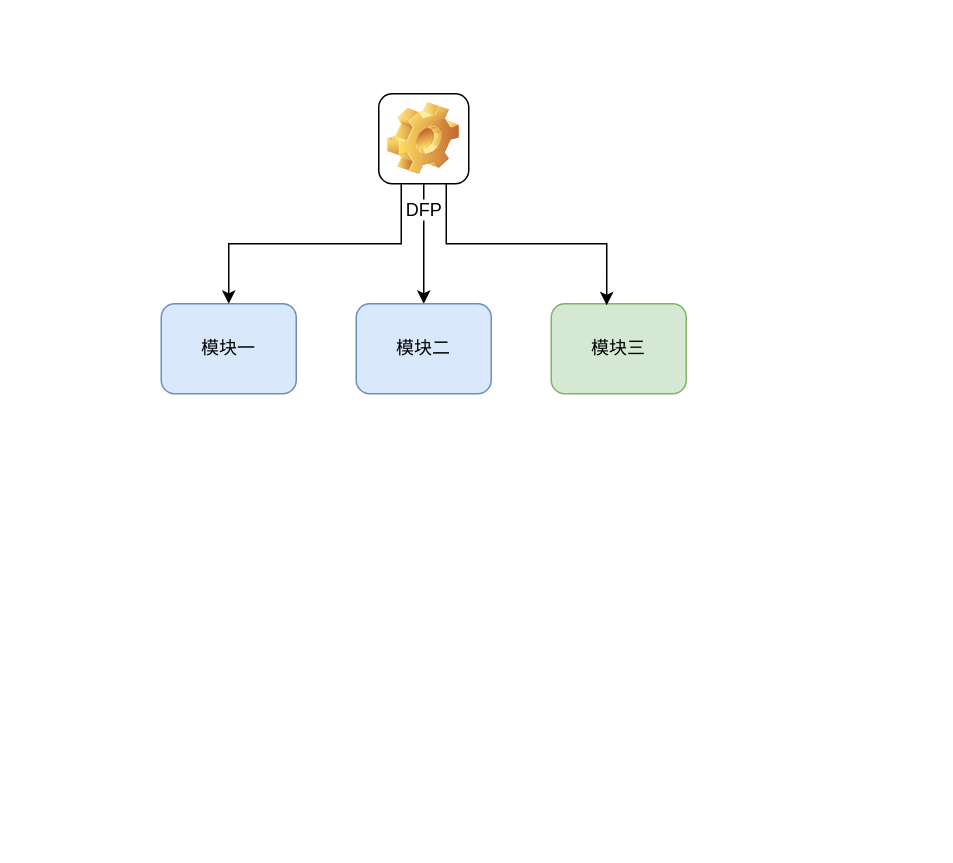
meterXu/drawiofile keeps this draw.io diagram as Untitled Diagram.drawio. Above is the earlier version. Source tidied: cells renumbered, new cells numbered last; positions are measured from the earlier drawing's top-left corner, leaving out a move shared by most shapes. Both pictures are drawn from the tidied source at 150%, with x=0, y=0 at pixel (160, 93).
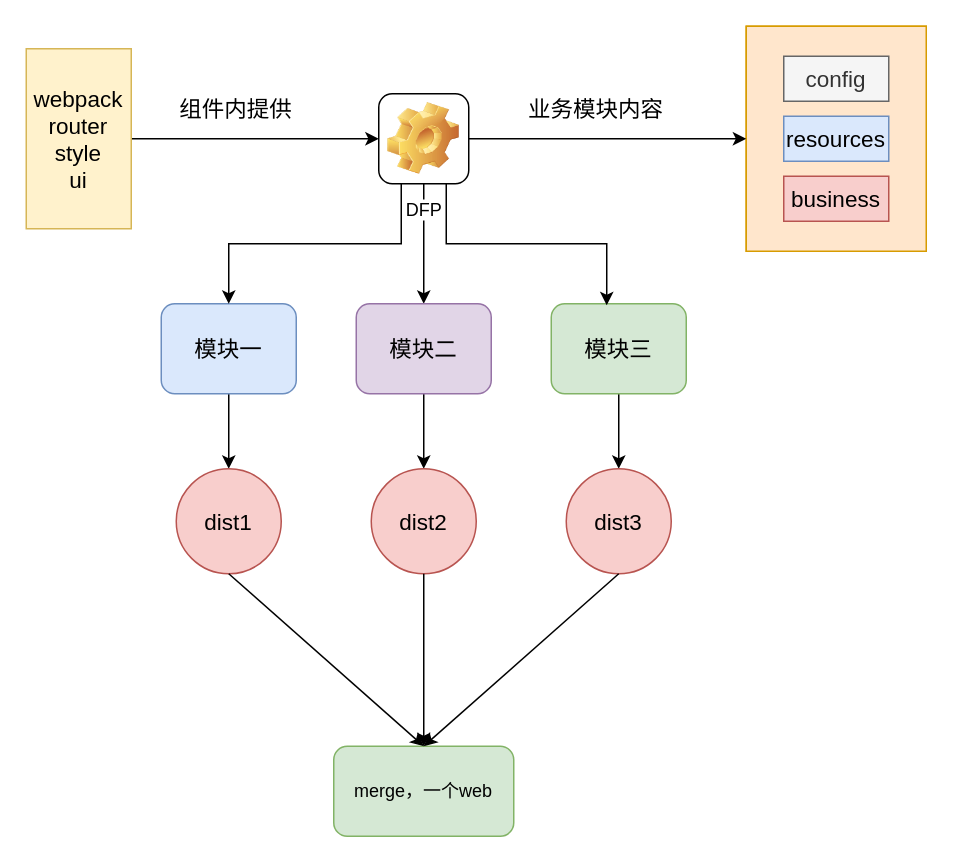
After the change.

The change refers to these unchanged cells:
```xml
<mxCell id="7" value="DFP" style="icon;html=1;image=img/clipart/Gear_128x128.png;" parent="1" vertex="1">
  <mxGeometry x="145" width="60" height="60" as="geometry" />
</mxCell>
```

Change to the diagram source:
```diff
@@
+    <mxCell id="9" style="edgeStyle=orthogonalEdgeStyle;rounded=0;jettySize=auto;html=1;exitX=0.5;exitY=1;exitDx=0;exitDy=0;entryX=0.5;entryY=0;entryDx=0;entryDy=0;" parent="1" edge="1" source="2" target="12">
+      <mxGeometry relative="1" as="geometry" />
+    </mxCell>
-    <mxCell id="2" value="模块一" style="rounded=1;whiteSpace=wrap;html=1;fillColor=#dae8fc;strokeColor=#6c8ebf;" parent="1" vertex="1">
+    <mxCell id="2" value="&lt;font style=&quot;font-size: 15px&quot;&gt;模块一&lt;/font&gt;" style="rounded=1;whiteSpace=wrap;html=1;fillColor=#dae8fc;strokeColor=#6c8ebf;" parent="1" vertex="1">
       <mxGeometry y="140" width="90" height="60" as="geometry" />
     </mxCell>
+    <mxCell id="10" style="edgeStyle=orthogonalEdgeStyle;rounded=0;jettySize=auto;html=1;exitX=0.5;exitY=1;exitDx=0;exitDy=0;entryX=0.5;entryY=0;entryDx=0;entryDy=0;" parent="1" edge="1" source="3" target="14">
+      <mxGeometry relative="1" as="geometry" />
+    </mxCell>
-    <mxCell id="3" value="模块三" style="rounded=1;whiteSpace=wrap;html=1;fillColor=#d5e8d4;strokeColor=#82b366;" parent="1" vertex="1">
+    <mxCell id="3" value="&lt;font style=&quot;font-size: 15px&quot;&gt;模块三&lt;/font&gt;" style="rounded=1;whiteSpace=wrap;html=1;fillColor=#d5e8d4;strokeColor=#82b366;" parent="1" vertex="1">
       <mxGeometry x="260" y="140" width="90" height="60" as="geometry" />
     </mxCell>
@@
+    <mxCell id="11" style="edgeStyle=orthogonalEdgeStyle;rounded=0;jettySize=auto;html=1;exitX=0.5;exitY=1;exitDx=0;exitDy=0;entryX=0.5;entryY=0;entryDx=0;entryDy=0;" parent="1" edge="1" source="8" target="13">
+      <mxGeometry relative="1" as="geometry" />
+    </mxCell>
-    <mxCell id="8" value="模块二" style="rounded=1;whiteSpace=wrap;html=1;fillColor=#dae8fc;strokeColor=#6c8ebf;" parent="1" vertex="1">
+    <mxCell id="8" value="&lt;font style=&quot;font-size: 15px&quot;&gt;模块二&lt;/font&gt;" style="rounded=1;whiteSpace=wrap;html=1;fillColor=#e1d5e7;strokeColor=#9673a6;" parent="1" vertex="1">
       <mxGeometry x="130" y="140" width="90" height="60" as="geometry" />
     </mxCell>
+    <mxCell id="12" value="&lt;font style=&quot;font-size: 15px&quot;&gt;dist1&lt;/font&gt;" style="ellipse;whiteSpace=wrap;html=1;fillColor=#f8cecc;strokeColor=#b85450;" parent="1" vertex="1">
+      <mxGeometry x="10" y="250" width="70" height="70" as="geometry" />
+    </mxCell>
+    <mxCell id="13" value="&lt;font style=&quot;font-size: 15px&quot;&gt;dist2&lt;/font&gt;" style="ellipse;whiteSpace=wrap;html=1;fillColor=#f8cecc;strokeColor=#b85450;" parent="1" vertex="1">
+      <mxGeometry x="140" y="250" width="70" height="70" as="geometry" />
+    </mxCell>
+    <mxCell id="14" value="&lt;font style=&quot;font-size: 15px&quot;&gt;dist3&lt;/font&gt;" style="ellipse;whiteSpace=wrap;html=1;fillColor=#f8cecc;strokeColor=#b85450;" parent="1" vertex="1">
+      <mxGeometry x="270" y="250" width="70" height="70" as="geometry" />
+    </mxCell>
+    <mxCell id="15" style="edgeStyle=orthogonalEdgeStyle;rounded=0;jettySize=auto;html=1;exitX=1;exitY=0.5;exitDx=0;exitDy=0;entryX=0;entryY=0.5;entryDx=0;entryDy=0;" parent="1" edge="1" source="16" target="7">
+      <mxGeometry relative="1" as="geometry" />
+    </mxCell>
+    <mxCell id="16" value="&lt;font style=&quot;font-size: 15px&quot;&gt;webpack&lt;br&gt;router&lt;br&gt;style&lt;br&gt;ui&lt;/font&gt;" style="rounded=0;whiteSpace=wrap;html=1;fillColor=#fff2cc;strokeColor=#d6b656;" parent="1" vertex="1">
+      <mxGeometry x="-90" y="-30" width="70" height="120" as="geometry" />
+    </mxCell>
+    <mxCell id="17" style="group;fillColor=#ffe6cc;strokeColor=#d79b00;" parent="1" vertex="1">
+      <mxGeometry x="390" y="-45" width="120" height="150" as="geometry" />
+    </mxCell>
+    <mxCell id="18" style="rounded=0;whiteSpace=wrap;html=1;fillColor=#ffe6cc;strokeColor=#d79b00;" parent="17" vertex="1">
+      <mxGeometry width="120" height="150" as="geometry" />
+    </mxCell>
+    <mxCell id="19" value="&lt;font style=&quot;font-size: 15px&quot;&gt;config&lt;/font&gt;" style="rounded=0;whiteSpace=wrap;html=1;fillColor=#f5f5f5;strokeColor=#666666;fontColor=#333333;" parent="17" vertex="1">
+      <mxGeometry x="25" y="20" width="70" height="30" as="geometry" />
+    </mxCell>
+    <mxCell id="20" value="&lt;font style=&quot;font-size: 15px&quot;&gt;resources&lt;/font&gt;" style="rounded=0;whiteSpace=wrap;html=1;fillColor=#dae8fc;strokeColor=#6c8ebf;" parent="17" vertex="1">
+      <mxGeometry x="25" y="60" width="70" height="30" as="geometry" />
+    </mxCell>
+    <mxCell id="21" value="&lt;font style=&quot;font-size: 15px&quot;&gt;business&lt;/font&gt;" style="rounded=0;whiteSpace=wrap;html=1;fillColor=#f8cecc;strokeColor=#b85450;" parent="17" vertex="1">
+      <mxGeometry x="25" y="100" width="70" height="30" as="geometry" />
+    </mxCell>
+    <mxCell id="22" style="endArrow=classic;html=1;entryX=0;entryY=0.5;entryDx=0;entryDy=0;exitX=1;exitY=0.5;exitDx=0;exitDy=0;" parent="1" edge="1" source="7" target="18">
+      <mxGeometry relative="1" as="geometry" />
+    </mxCell>
+    <mxCell id="23" value="&lt;font style=&quot;font-size: 15px&quot;&gt;组件内提供&lt;/font&gt;" style="text;html=1;strokeColor=none;fillColor=none;align=center;verticalAlign=middle;whiteSpace=wrap;rounded=0;" parent="1" vertex="1">
+      <mxGeometry x="10" width="80" height="20" as="geometry" />
+    </mxCell>
+    <mxCell id="24" value="&lt;font style=&quot;font-size: 15px&quot;&gt;业务模块内容&lt;/font&gt;" style="text;html=1;strokeColor=none;fillColor=none;align=center;verticalAlign=middle;whiteSpace=wrap;rounded=0;" parent="1" vertex="1">
+      <mxGeometry x="240" width="100" height="20" as="geometry" />
+    </mxCell>
+    <mxCell id="25" value="merge，一个web" style="rounded=1;whiteSpace=wrap;html=1;fillColor=#d5e8d4;strokeColor=#82b366;" parent="1" vertex="1">
+      <mxGeometry x="115" y="435" width="120" height="60" as="geometry" />
+    </mxCell>
+    <mxCell id="26" style="endArrow=classic;html=1;exitX=0.5;exitY=1;exitDx=0;exitDy=0;entryX=0.5;entryY=0;entryDx=0;entryDy=0;" parent="1" edge="1" source="12" target="25">
+      <mxGeometry relative="1" as="geometry" />
+    </mxCell>
+    <mxCell id="27" style="endArrow=classic;html=1;entryX=0.5;entryY=0;entryDx=0;entryDy=0;exitX=0.5;exitY=1;exitDx=0;exitDy=0;" parent="1" edge="1" source="13" target="25">
+      <mxGeometry relative="1" as="geometry" />
+    </mxCell>
+    <mxCell id="28" style="endArrow=classic;html=1;entryX=0.5;entryY=0;entryDx=0;entryDy=0;exitX=0.5;exitY=1;exitDx=0;exitDy=0;" parent="1" edge="1" source="14" target="25">
+      <mxGeometry relative="1" as="geometry" />
+    </mxCell>
```
